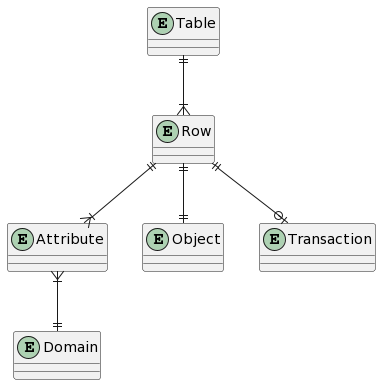
Earlier version of the PlantUML export sapextractor/diagrams/abstraction.png (Javert899/sap-extractor).
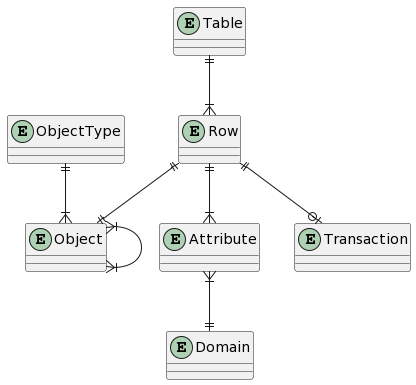
After the change.

The edit, as a diff of the source:
```diff
@@ -23,9 +23,15 @@
 
 }
 
+entity ObjectType {
+
+}
+
 Table ||--|{ Row
 Row ||--|| Object
+Object }|--|{ Object
 Row ||--o| Transaction
 Row ||--|{ Attribute
 Attribute }|--|| Domain
+ObjectType ||--|{ Object
 @enduml
```
